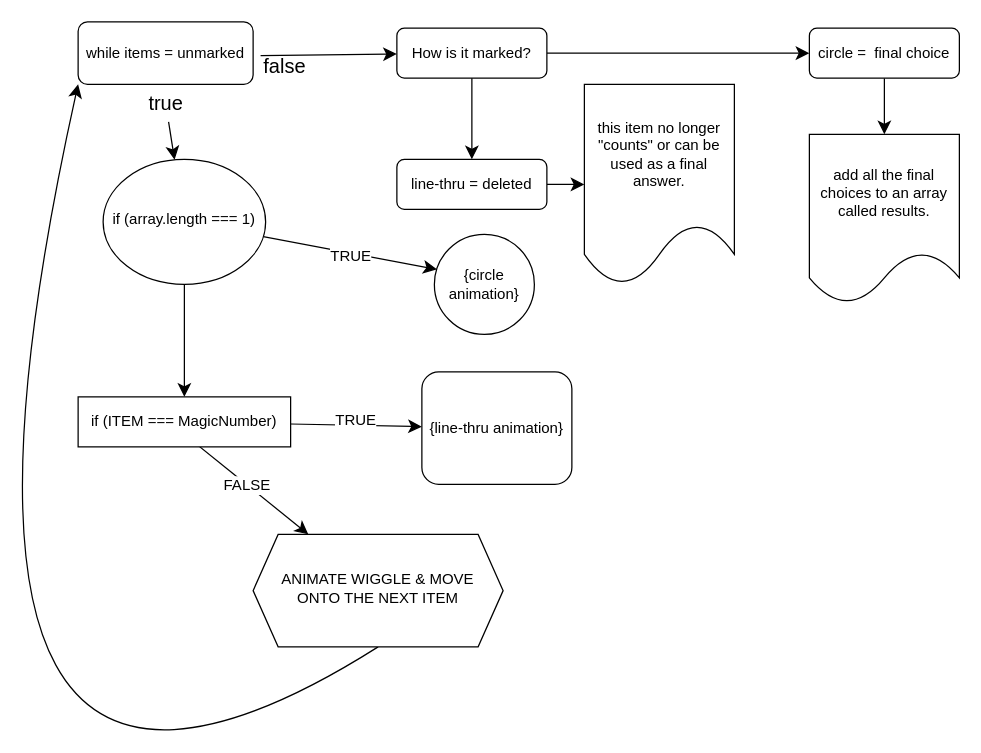
Earlier version of the draw.io diagram Untitled Diagram.drawio (alicynchains/html-portfolio). Source tidied: cells renumbered, new cells numbered last; positions are measured from the earlier drawing's top-left corner, leaving out a move shared by most shapes. Both pictures are drawn from the tidied source at 125%, with x=0, y=0 at pixel (-116, 21).
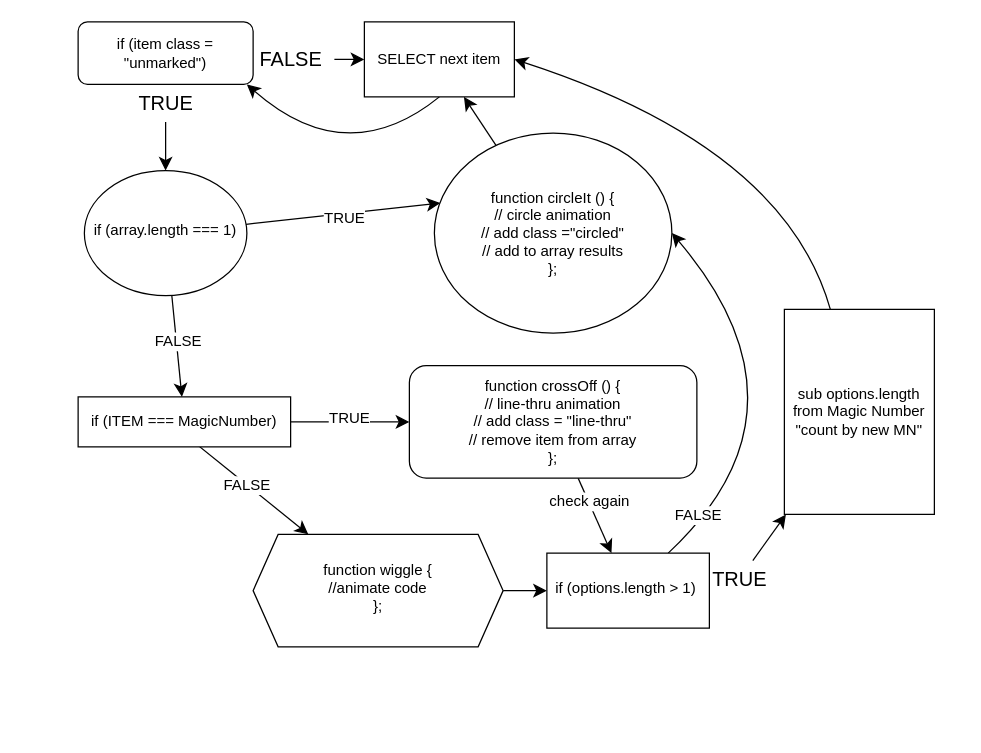
The same diagram, later.

Unchanged cells that the change refers to:
```xml
<mxCell id="23" style="edgeStyle=none;curved=1;rounded=0;jettySize=auto;html=1;fontSize=12;startSize=8;endSize=8;" parent="1" edge="1" source="24" target="20">
  <mxGeometry relative="1" as="geometry" />
</mxCell>
```

What changed in the source:
```diff
@@
-    <mxCell id="2" value="while items = unmarked" style="rounded=1;whiteSpace=wrap;html=1;fontSize=12;glass=0;strokeWidth=1;shadow=0;" parent="1" vertex="1">
+    <mxCell id="2" value="if (item class = &quot;unmarked&quot;)" style="rounded=1;whiteSpace=wrap;html=1;fontSize=12;glass=0;strokeWidth=1;shadow=0;" parent="1" vertex="1">
       <mxGeometry x="155" width="140" height="50" as="geometry" />
     </mxCell>
@@
+    <mxCell id="30" style="edgeStyle=none;curved=1;rounded=0;jettySize=auto;html=1;fontSize=12;startSize=8;endSize=8;" parent="1" edge="1" source="4" target="40">
+      <mxGeometry relative="1" as="geometry" />
+    </mxCell>
+    <mxCell id="31" value="check again" style="edgeLabel;html=1;align=center;verticalAlign=middle;fontSize=12;" parent="30" vertex="1">
+      <mxGeometry x="-0.4" relative="1" as="geometry" />
+    </mxCell>
-    <mxCell id="4" value="{line-thru animation}" style="rounded=1;whiteSpace=wrap;html=1;fontSize=12;glass=0;strokeWidth=1;shadow=0;" parent="1" vertex="1">
-      <mxGeometry x="430" y="280" width="120" height="90" as="geometry" />
+    <mxCell id="4" value="function crossOff () {&lt;br&gt;// line-thru animation&lt;br&gt;// add class = &quot;line-thru&quot;&lt;br&gt;// remove item from array&lt;br&gt;&lt;div&gt;};&lt;/div&gt;" style="rounded=1;whiteSpace=wrap;html=1;fontSize=12;glass=0;strokeWidth=1;shadow=0;" parent="1" vertex="1">
+      <mxGeometry x="420" y="275" width="230" height="90" as="geometry" />
     </mxCell>
@@
-    <mxCell id="6" value="true" style="text;html=1;align=center;verticalAlign=middle;points=[];strokeColor=none;fillColor=none;fontSize=16;" parent="1" vertex="1">
-      <mxGeometry x="200" y="50" width="50" height="30" as="geometry" />
+    <mxCell id="6" value="TRUE" style="text;html=1;align=center;verticalAlign=middle;points=[];strokeColor=none;fillColor=none;fontSize=16;" parent="1" vertex="1">
+      <mxGeometry x="190" y="50" width="70" height="30" as="geometry" />
     </mxCell>
-    <mxCell id="7" style="edgeStyle=none;curved=1;rounded=0;jettySize=auto;html=1;fontSize=12;startSize=8;endSize=8;" parent="1" edge="1" source="8" target="10">
-      <mxGeometry relative="1" as="geometry" />
+    <mxCell id="7" style="edgeStyle=none;curved=1;rounded=0;orthogonalLoop=1;jettySize=auto;html=1;fontSize=12;startSize=8;endSize=8;" parent="1" edge="1">
+      <mxGeometry relative="1" as="geometry">
+        <mxPoint x="730" y="210" as="sourcePoint" />
+        <mxPoint x="730" y="210" as="targetPoint" />
+      </mxGeometry>
     </mxCell>
-    <mxCell id="8" value="How is it marked?" style="rounded=1;whiteSpace=wrap;html=1;fontSize=12;glass=0;strokeWidth=1;shadow=0;" parent="1" vertex="1">
-      <mxGeometry x="410" y="5" width="120" height="40" as="geometry" />
-    </mxCell>
-    <mxCell id="9" style="edgeStyle=none;curved=1;rounded=0;jettySize=auto;html=1;fontSize=12;startSize=8;endSize=8;" parent="1" edge="1" source="10" target="29">
-      <mxGeometry relative="1" as="geometry" />
-    </mxCell>
-    <mxCell id="10" value="circle =&amp;nbsp; final choice" style="rounded=1;whiteSpace=wrap;html=1;fontSize=12;glass=0;strokeWidth=1;shadow=0;" parent="1" vertex="1">
-      <mxGeometry x="740" y="5" width="120" height="40" as="geometry" />
-    </mxCell>
-    <mxCell id="11" style="edgeStyle=none;curved=1;rounded=0;jettySize=auto;html=1;fontSize=12;startSize=8;endSize=8;" parent="1" edge="1" source="8" target="13">
-      <mxGeometry relative="1" as="geometry" />
-    </mxCell>
-    <mxCell id="12" style="edgeStyle=none;curved=1;rounded=0;jettySize=auto;html=1;fontSize=12;startSize=8;endSize=8;" parent="1" edge="1" source="13" target="26">
-      <mxGeometry relative="1" as="geometry" />
-    </mxCell>
-    <mxCell id="13" value="line-thru = deleted" style="rounded=1;whiteSpace=wrap;html=1;fontSize=12;glass=0;strokeWidth=1;shadow=0;" parent="1" vertex="1">
-      <mxGeometry x="410" y="110" width="120" height="40" as="geometry" />
-    </mxCell>
-    <mxCell id="14" style="edgeStyle=none;curved=1;rounded=0;jettySize=auto;html=1;fontSize=12;startSize=8;endSize=8;exitX=0.183;exitY=0.233;exitDx=0;exitDy=0;exitPerimeter=0;" parent="1" edge="1" source="15" target="8">
-      <mxGeometry relative="1" as="geometry" />
-    </mxCell>
+    <mxCell id="32" style="edgeStyle=none;curved=1;rounded=0;jettySize=auto;html=1;fontSize=12;startSize=8;endSize=8;" parent="1" edge="1" source="15" target="37">
+      <mxGeometry relative="1" as="geometry" />
+    </mxCell>
-    <mxCell id="15" value="&lt;div&gt;false&lt;/div&gt;" style="text;html=1;align=center;verticalAlign=middle;points=[];strokeColor=none;fillColor=none;fontSize=16;" parent="1" vertex="1">
-      <mxGeometry x="290" y="20" width="60" height="30" as="geometry" />
+    <mxCell id="15" value="&lt;div&gt;FALSE&lt;/div&gt;" style="text;html=1;align=center;verticalAlign=middle;points=[];strokeColor=none;fillColor=none;fontSize=16;" parent="1" vertex="1">
+      <mxGeometry x="290" y="15" width="70" height="30" as="geometry" />
     </mxCell>
@@
+    <mxCell id="33" value="FALSE" style="edgeLabel;html=1;align=center;verticalAlign=middle;fontSize=12;" parent="23" vertex="1">
+      <mxGeometry x="-0.09" y="1" relative="1" as="geometry" />
+    </mxCell>
     <mxCell id="24" value="if (array.length === 1)" style="ellipse;whiteSpace=wrap;html=1;shadow=0;strokeWidth=1;spacing=6;spacingTop=-4;" parent="1" vertex="1">
-      <mxGeometry x="175" y="110" width="130" height="100" as="geometry" />
+      <mxGeometry x="160" y="119" width="130" height="100" as="geometry" />
     </mxCell>
+    <mxCell id="34" style="edgeStyle=none;curved=1;rounded=0;jettySize=auto;html=1;fontSize=12;startSize=8;endSize=8;" parent="1" edge="1" source="25" target="37">
+      <mxGeometry relative="1" as="geometry" />
+    </mxCell>
-    <mxCell id="25" value="{circle animation}" style="ellipse;whiteSpace=wrap;html=1;" parent="1" vertex="1">
-      <mxGeometry x="440" y="170" width="80" height="80" as="geometry" />
+    <mxCell id="25" value="function circleIt () {&lt;div&gt;// circle animation&lt;div&gt;// add class =&lt;span style=&quot;background-color: initial;&quot;&gt;&quot;circled&quot;&lt;/span&gt;&lt;/div&gt;&lt;div&gt;// add to array results&lt;br&gt;&lt;/div&gt;&lt;/div&gt;&lt;div&gt;};&lt;/div&gt;" style="ellipse;whiteSpace=wrap;html=1;" parent="1" vertex="1">
+      <mxGeometry x="440" y="89" width="190" height="160" as="geometry" />
     </mxCell>
-    <mxCell id="26" value="this item no longer &quot;counts&quot; or can be used as a final answer." style="shape=document;whiteSpace=wrap;html=1;boundedLbl=1;rounded=1;glass=0;strokeWidth=1;shadow=0;" parent="1" vertex="1">
-      <mxGeometry x="560" y="50" width="120" height="160" as="geometry" />
-    </mxCell>
-    <mxCell id="27" style="edgeStyle=none;curved=1;rounded=0;jettySize=auto;html=1;exitX=0.5;exitY=1;exitDx=0;exitDy=0;fontSize=12;startSize=8;endSize=8;entryX=0;entryY=1;entryDx=0;entryDy=0;" parent="1" edge="1" source="28" target="2">
-      <mxGeometry relative="1" as="geometry">
-        <Array as="points">
-          <mxPoint y="750" />
-        </Array>
-      </mxGeometry>
-    </mxCell>
+    <mxCell id="35" style="edgeStyle=none;curved=1;rounded=0;jettySize=auto;html=1;fontSize=12;startSize=8;endSize=8;" parent="1" edge="1" source="28" target="40">
+      <mxGeometry relative="1" as="geometry" />
+    </mxCell>
-    <mxCell id="28" value="ANIMATE WIGGLE &amp;amp; MOVE ONTO THE NEXT ITEM" style="shape=hexagon;perimeter=hexagonPerimeter2;whiteSpace=wrap;html=1;fixedSize=1;shadow=0;strokeWidth=1;spacing=6;spacingTop=-4;" parent="1" vertex="1">
+    <mxCell id="28" value="function wiggle {&lt;div&gt;//animate code&lt;/div&gt;&lt;div&gt;};&lt;/div&gt;" style="shape=hexagon;perimeter=hexagonPerimeter2;whiteSpace=wrap;html=1;fixedSize=1;shadow=0;strokeWidth=1;spacing=6;spacingTop=-4;" parent="1" vertex="1">
       <mxGeometry x="295" y="410" width="200" height="90" as="geometry" />
     </mxCell>
-    <mxCell id="29" value="add all the final choices to an array called results." style="shape=document;whiteSpace=wrap;html=1;boundedLbl=1;rounded=1;glass=0;strokeWidth=1;shadow=0;" parent="1" vertex="1">
-      <mxGeometry x="740" y="90" width="120" height="135" as="geometry" />
-    </mxCell>
+    <mxCell id="36" style="edgeStyle=none;curved=1;rounded=0;jettySize=auto;html=1;fontSize=12;startSize=8;endSize=8;exitX=0.5;exitY=1;exitDx=0;exitDy=0;" parent="1" edge="1" source="37">
+      <mxGeometry relative="1" as="geometry">
+        <mxPoint x="290" y="50" as="targetPoint" />
+        <Array as="points">
+          <mxPoint x="370" y="120" />
+        </Array>
+      </mxGeometry>
+    </mxCell>
+    <mxCell id="37" value="SELECT next item" style="whiteSpace=wrap;html=1;" parent="1" vertex="1">
+      <mxGeometry x="384" width="120" height="60" as="geometry" />
+    </mxCell>
+    <mxCell id="38" style="edgeStyle=none;curved=1;rounded=0;jettySize=auto;html=1;fontSize=12;startSize=8;endSize=8;entryX=1;entryY=0.5;entryDx=0;entryDy=0;" parent="1" edge="1" source="40" target="25">
+      <mxGeometry relative="1" as="geometry">
+        <Array as="points">
+          <mxPoint x="750" y="310" />
+        </Array>
+      </mxGeometry>
+    </mxCell>
+    <mxCell id="39" value="FALSE" style="edgeLabel;html=1;align=center;verticalAlign=middle;fontSize=12;" parent="38" vertex="1">
+      <mxGeometry x="-0.56" y="10" relative="1" as="geometry">
+        <mxPoint x="-27" y="30" as="offset" />
+      </mxGeometry>
+    </mxCell>
+    <mxCell id="40" value="if (options.length &amp;gt; 1)&amp;nbsp;" style="whiteSpace=wrap;html=1;shadow=0;strokeWidth=1;spacing=6;spacingTop=-4;" parent="1" vertex="1">
+      <mxGeometry x="530" y="425" width="130" height="60" as="geometry" />
+    </mxCell>
+    <mxCell id="41" style="edgeStyle=none;curved=1;rounded=0;jettySize=auto;html=1;fontSize=12;startSize=8;endSize=8;" parent="1" edge="1" source="42" target="44">
+      <mxGeometry relative="1" as="geometry" />
+    </mxCell>
+    <mxCell id="42" value="TRUE" style="text;html=1;align=center;verticalAlign=middle;points=[];strokeColor=none;fillColor=none;fontSize=16;" parent="1" vertex="1">
+      <mxGeometry x="649" y="431" width="70" height="30" as="geometry" />
+    </mxCell>
+    <mxCell id="43" style="edgeStyle=none;curved=1;rounded=0;jettySize=auto;html=1;fontSize=12;startSize=8;endSize=8;entryX=1;entryY=0.5;entryDx=0;entryDy=0;" parent="1" edge="1" source="44" target="37">
+      <mxGeometry relative="1" as="geometry">
+        <Array as="points">
+          <mxPoint x="720" y="100" />
+        </Array>
+      </mxGeometry>
+    </mxCell>
+    <mxCell id="44" value="sub options.length from Magic Number&lt;div&gt;&quot;count by new MN&quot;&lt;/div&gt;" style="whiteSpace=wrap;html=1;" parent="1" vertex="1">
+      <mxGeometry x="720" y="230" width="120" height="164" as="geometry" />
+    </mxCell>
```
